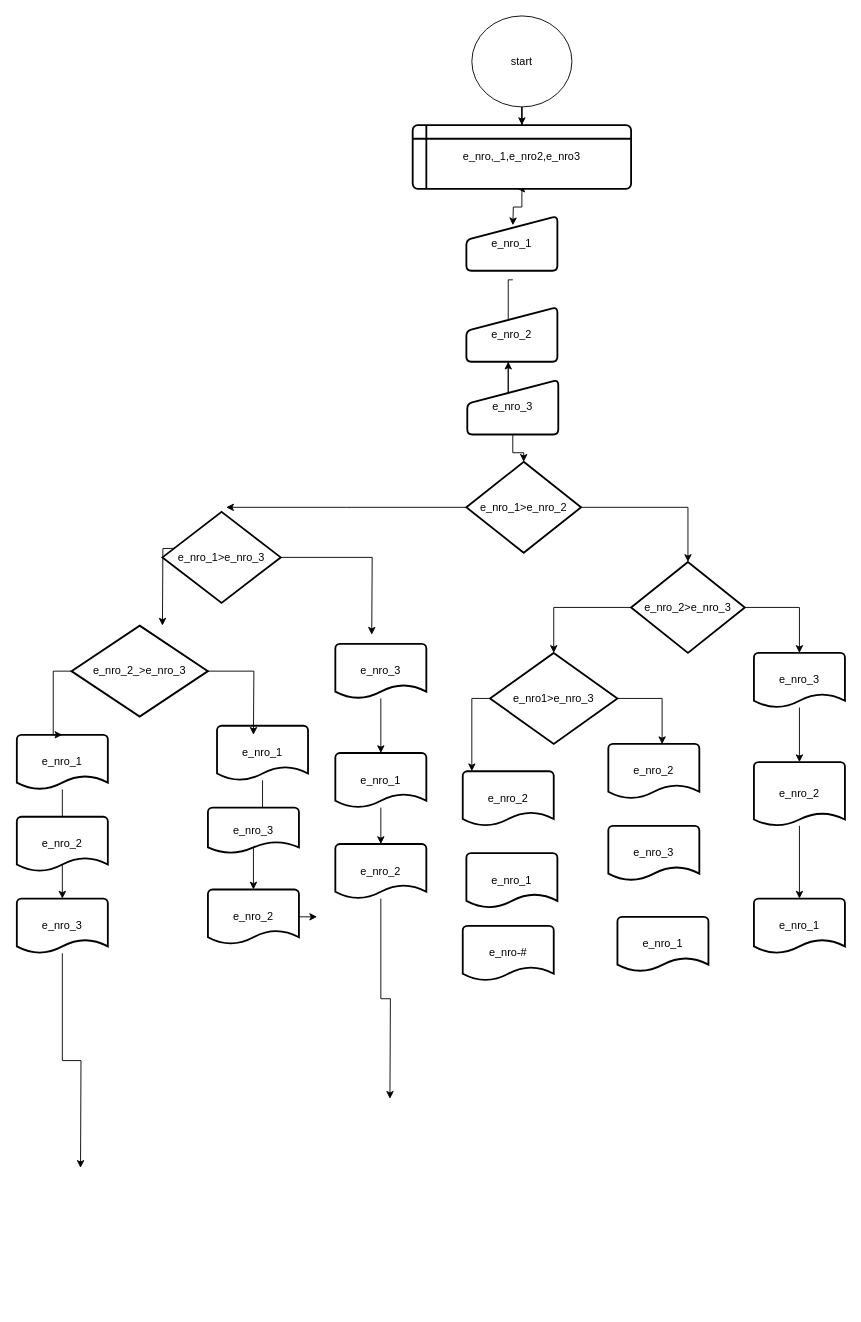
Before: page "Page-1" (1 of 3) of Untitled Diagram.drawio in pauloaugsouza/diagrama-do-paulo, a draw.io diagram. Source tidied: cells renumbered, new cells numbered last; positions are measured from the earlier drawing's top-left corner, leaving out a move shared by most shapes. Both pictures are drawn from the tidied source at 91%, with x=0, y=0 at pixel (16, 15).
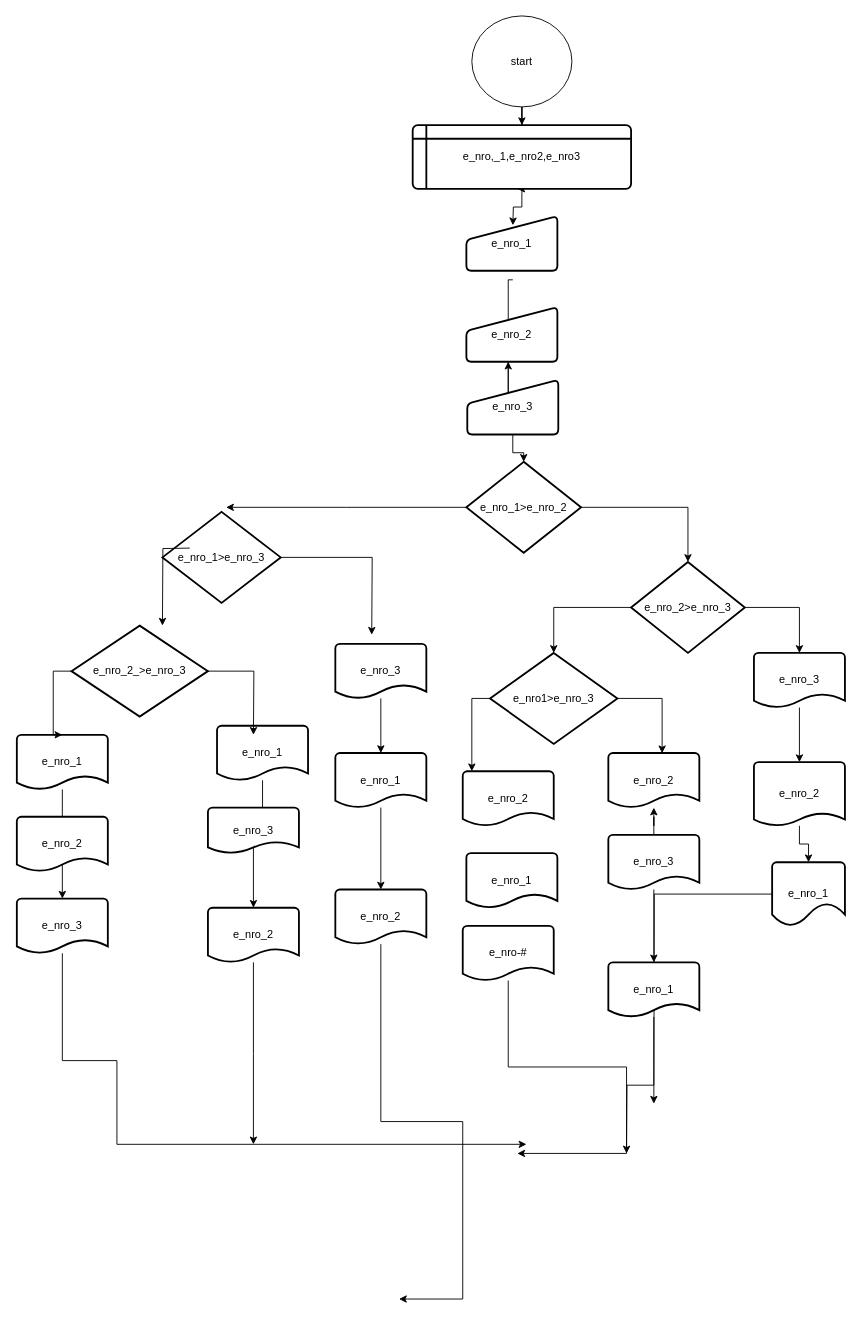
After the change.

The change refers to these unchanged cells:
```xml
<mxCell id="18" value="e_nro_3" style="strokeWidth=2;html=1;shape=mxgraph.flowchart.document2;whiteSpace=wrap;size=0.25;" parent="1" vertex="1">
  <mxGeometry y="970" width="100" height="60" as="geometry" />
</mxCell>
<mxCell id="50" value="e_nro-#" style="strokeWidth=2;html=1;shape=mxgraph.flowchart.document2;whiteSpace=wrap;size=0.25;" parent="1" vertex="1">
  <mxGeometry x="490" y="1000" width="100" height="60" as="geometry" />
</mxCell>
```

The edit, as a diff of the source:
```diff
@@
+    <mxCell id="53" value="e_nro_1&amp;gt;e_nro_3" style="strokeWidth=2;html=1;shape=mxgraph.flowchart.decision;whiteSpace=wrap;" parent="1" vertex="1">
+      <mxGeometry x="160" y="545" width="130" height="100" as="geometry" />
+    </mxCell>
@@
     <mxCell id="17" style="edgeStyle=orthogonalEdgeStyle;rounded=0;jettySize=auto;html=1;" parent="1" edge="1" source="18">
       <mxGeometry relative="1" as="geometry">
-        <mxPoint x="70" y="1265.9" as="targetPoint" />
+        <mxPoint x="560" y="1240" as="targetPoint" />
+        <Array as="points">
+          <mxPoint x="50" y="1148" />
+          <mxPoint x="110" y="1148" />
+        </Array>
       </mxGeometry>
     </mxCell>
@@
+    <mxCell id="54" style="edgeStyle=orthogonalEdgeStyle;rounded=0;jettySize=auto;html=1;" parent="1" edge="1" source="26">
+      <mxGeometry relative="1" as="geometry">
+        <mxPoint x="700" y="1195.3" as="targetPoint" />
+      </mxGeometry>
+    </mxCell>
-    <mxCell id="26" value="e_nro_1" style="strokeWidth=2;html=1;shape=mxgraph.flowchart.document2;whiteSpace=wrap;size=0.25;" parent="1" vertex="1">
-      <mxGeometry x="810" y="970" width="100" height="60" as="geometry" />
+    <mxCell id="26" value="e_nro_1" style="strokeWidth=2;html=1;shape=mxgraph.flowchart.document2;whiteSpace=wrap;size=0.3566666666666674;" parent="1" vertex="1">
+      <mxGeometry x="830" y="930" width="80" height="70" as="geometry" />
     </mxCell>
@@
-    <mxCell id="30" style="edgeStyle=orthogonalEdgeStyle;rounded=0;jettySize=auto;html=1;" parent="1" edge="1" source="31">
-      <mxGeometry relative="1" as="geometry">
-        <mxPoint x="330" y="990" as="targetPoint" />
-      </mxGeometry>
-    </mxCell>
+    <mxCell id="55" style="edgeStyle=orthogonalEdgeStyle;rounded=0;jettySize=auto;html=1;" parent="1" edge="1" source="31">
+      <mxGeometry relative="1" as="geometry">
+        <mxPoint x="260" y="1240" as="targetPoint" />
+      </mxGeometry>
+    </mxCell>
     <mxCell id="31" value="e_nro_2" style="strokeWidth=2;html=1;shape=mxgraph.flowchart.document2;whiteSpace=wrap;size=0.25;" parent="1" vertex="1">
-      <mxGeometry x="210" y="960" width="100" height="60" as="geometry" />
+      <mxGeometry x="210" y="980" width="100" height="60" as="geometry" />
     </mxCell>
@@
-    <mxCell id="34" style="edgeStyle=orthogonalEdgeStyle;rounded=0;jettySize=auto;html=1;" parent="1" edge="1" source="35">
-      <mxGeometry relative="1" as="geometry">
-        <mxPoint x="410" y="1190" as="targetPoint" />
-      </mxGeometry>
-    </mxCell>
+    <mxCell id="56" style="edgeStyle=orthogonalEdgeStyle;rounded=0;jettySize=auto;html=1;" parent="1" edge="1" source="35">
+      <mxGeometry relative="1" as="geometry">
+        <mxPoint x="420" y="1410" as="targetPoint" />
+        <Array as="points">
+          <mxPoint x="400" y="1215" />
+          <mxPoint x="490" y="1215" />
+          <mxPoint x="490" y="1410" />
+        </Array>
+      </mxGeometry>
+    </mxCell>
     <mxCell id="35" value="e_nro_2" style="strokeWidth=2;html=1;shape=mxgraph.flowchart.document2;whiteSpace=wrap;size=0.25;" parent="1" vertex="1">
-      <mxGeometry x="350" y="910" width="100" height="60" as="geometry" />
+      <mxGeometry x="350" y="960" width="100" height="60" as="geometry" />
     </mxCell>
     <mxCell id="36" value="e_nro_2" style="strokeWidth=2;html=1;shape=mxgraph.flowchart.document2;whiteSpace=wrap;size=0.25;" parent="1" vertex="1">
-      <mxGeometry x="650" y="800" width="100" height="60" as="geometry" />
+      <mxGeometry x="650" y="810" width="100" height="60" as="geometry" />
     </mxCell>
+    <mxCell id="57" style="edgeStyle=orthogonalEdgeStyle;rounded=0;jettySize=auto;html=1;" parent="1" edge="1" source="37" target="38">
+      <mxGeometry relative="1" as="geometry" />
+    </mxCell>
+    <mxCell id="58" style="edgeStyle=orthogonalEdgeStyle;rounded=0;jettySize=auto;html=1;entryX=0.5;entryY=1;entryDx=0;entryDy=0;entryPerimeter=0;" parent="1" edge="1" source="37" target="36">
+      <mxGeometry relative="1" as="geometry" />
+    </mxCell>
     <mxCell id="37" value="e_nro_3" style="strokeWidth=2;html=1;shape=mxgraph.flowchart.document2;whiteSpace=wrap;size=0.25;" parent="1" vertex="1">
-      <mxGeometry x="650" y="890" width="100" height="60" as="geometry" />
+      <mxGeometry x="650" y="900" width="100" height="60" as="geometry" />
     </mxCell>
+    <mxCell id="59" style="edgeStyle=orthogonalEdgeStyle;rounded=0;jettySize=auto;html=1;" parent="1" edge="1" source="38">
+      <mxGeometry relative="1" as="geometry">
+        <mxPoint x="670" y="1250" as="targetPoint" />
+      </mxGeometry>
+    </mxCell>
     <mxCell id="38" value="e_nro_1" style="strokeWidth=2;html=1;shape=mxgraph.flowchart.document2;whiteSpace=wrap;size=0.25;" parent="1" vertex="1">
-      <mxGeometry x="660" y="990" width="100" height="60" as="geometry" />
+      <mxGeometry x="650" y="1040" width="100" height="60" as="geometry" />
     </mxCell>
@@
+    <mxCell id="60" style="edgeStyle=orthogonalEdgeStyle;rounded=0;jettySize=auto;html=1;" parent="1" edge="1" source="50">
+      <mxGeometry relative="1" as="geometry">
+        <mxPoint x="550" y="1250" as="targetPoint" />
+        <Array as="points">
+          <mxPoint x="540" y="1155" />
+          <mxPoint x="670" y="1155" />
+          <mxPoint x="670" y="1250" />
+        </Array>
+      </mxGeometry>
+    </mxCell>
@@
-    <mxCell id="53" value="e_nro_1&amp;gt;e_nro_3" style="strokeWidth=2;html=1;shape=mxgraph.flowchart.decision;whiteSpace=wrap;" parent="1" vertex="1">
-      <mxGeometry x="160" y="545" width="130" height="100" as="geometry" />
-    </mxCell>
```
